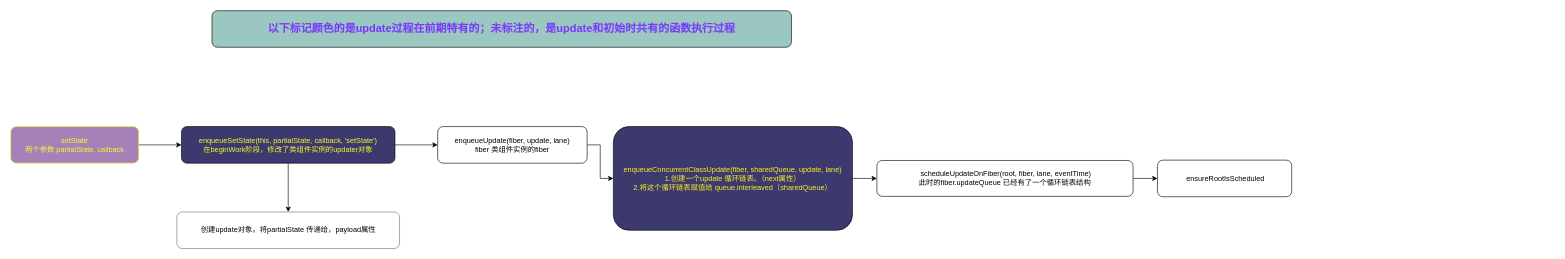
Earlier version of the draw.io diagram AboutInterview/react-setState/ReactDom.SetState.drawio (linround/gitBook). Source tidied: cells renumbered, new cells numbered last; positions are measured from the earlier drawing's top-left corner, leaving out a move shared by most shapes. Both pictures are drawn from the tidied source at 61%, with x=0, y=0 at pixel (10, 10).
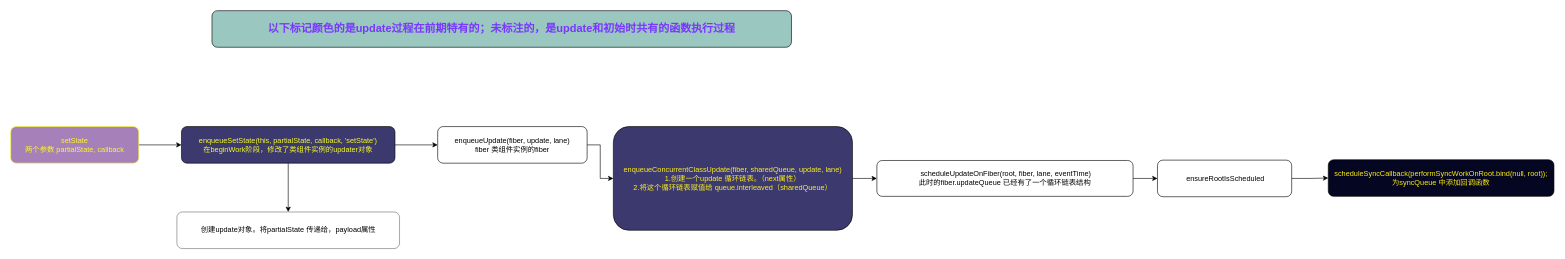
The same diagram, later.

Change to the diagram source:
```diff
@@
 <mxGraphModel>
   <root>
     <mxCell id="0" />
     <mxCell id="1" parent="0" />
     <mxCell id="2" style="edgeStyle=orthogonalEdgeStyle;rounded=0;jettySize=auto;html=1;" parent="1" edge="1" source="3" target="6">
       <mxGeometry relative="1" as="geometry" />
     </mxCell>
     <mxCell id="3" value="setState&lt;br&gt;两个参数&amp;nbsp;partialState, callback" style="rounded=1;whiteSpace=wrap;html=1;strokeColor=#FFFF1C;fillColor=#A680B8;fontColor=#FFF82B;" parent="1" vertex="1">
       <mxGeometry y="190" width="210" height="60" as="geometry" />
     </mxCell>
     <mxCell id="4" style="edgeStyle=orthogonalEdgeStyle;rounded=0;jettySize=auto;html=1;" parent="1" edge="1" source="6" target="7">
       <mxGeometry relative="1" as="geometry" />
     </mxCell>
     <mxCell id="5" style="edgeStyle=orthogonalEdgeStyle;rounded=0;jettySize=auto;html=1;" parent="1" edge="1" source="6" target="9">
       <mxGeometry relative="1" as="geometry" />
     </mxCell>
     <mxCell id="6" value="enqueueSetState(this, partialState, callback, 'setState')&lt;br&gt;在beginWork阶段，修改了类组件实例的updater对象" style="whiteSpace=wrap;html=1;rounded=1;fontColor=#F8FF26;strokeColor=#000000;fillColor=#3B396E;" parent="1" vertex="1">
       <mxGeometry x="280" y="190" width="350" height="60" as="geometry" />
     </mxCell>
     <mxCell id="7" value="创建update对象。将partialState 传递给，payload属性" style="whiteSpace=wrap;html=1;rounded=1;strokeColor=#6E6E6E;" parent="1" vertex="1">
       <mxGeometry x="272.5" y="330" width="365" height="60" as="geometry" />
     </mxCell>
     <mxCell id="8" style="edgeStyle=orthogonalEdgeStyle;rounded=0;jettySize=auto;html=1;" parent="1" edge="1" source="9" target="11">
       <mxGeometry relative="1" as="geometry" />
     </mxCell>
     <mxCell id="9" value="enqueueUpdate(fiber, update, lane)&lt;br&gt;fiber 类组件实例的fiber" style="whiteSpace=wrap;html=1;rounded=1;" parent="1" vertex="1">
       <mxGeometry x="700" y="190" width="245" height="60" as="geometry" />
     </mxCell>
     <mxCell id="10" style="edgeStyle=orthogonalEdgeStyle;rounded=0;jettySize=auto;html=1;exitX=1;exitY=0.5;exitDx=0;exitDy=0;" parent="1" edge="1" source="11" target="13">
       <mxGeometry relative="1" as="geometry" />
     </mxCell>
     <mxCell id="11" value="enqueueConcurrentClassUpdate(fiber, sharedQueue, update, lane)&lt;br&gt;1.创建一个update 循环链表。（next属性）&lt;br&gt;2.将这个循环链表赋值给&amp;nbsp;queue.interleaved（sharedQueue）" style="whiteSpace=wrap;html=1;rounded=1;strokeColor=#000000;fillColor=#3B396E;fontColor=#FFF021;" parent="1" vertex="1">
       <mxGeometry x="988" y="190" width="392" height="170" as="geometry" />
     </mxCell>
     <mxCell id="12" style="edgeStyle=orthogonalEdgeStyle;rounded=0;jettySize=auto;html=1;" parent="1" edge="1" source="13" target="14">
       <mxGeometry relative="1" as="geometry" />
     </mxCell>
     <mxCell id="13" value="&amp;nbsp;scheduleUpdateOnFiber(root, fiber, lane, eventTime)&lt;br&gt;此时的fiber.updateQueue 已经有了一个循环链表结构" style="whiteSpace=wrap;html=1;rounded=1;" parent="1" vertex="1">
       <mxGeometry x="1420" y="245.6" width="420" height="58.8" as="geometry" />
     </mxCell>
+    <mxCell id="16" style="edgeStyle=orthogonalEdgeStyle;rounded=0;jettySize=auto;html=1;" parent="1" edge="1" source="14" target="17">
+      <mxGeometry relative="1" as="geometry" />
+    </mxCell>
     <mxCell id="14" value="&amp;nbsp;ensureRootIsScheduled" style="whiteSpace=wrap;html=1;rounded=1;" parent="1" vertex="1">
       <mxGeometry x="1880" y="245" width="220" height="60" as="geometry" />
     </mxCell>
     <mxCell id="15" value="以下标记颜色的是update过程在前期特有的；未标注的，是update和初始时共有的函数执行过程" style="rounded=1;whiteSpace=wrap;html=1;fontColor=#7936FF;fillColor=#9AC7BF;fontSize=18;fontStyle=1;" parent="1" vertex="1">
       <mxGeometry x="330" width="950" height="60" as="geometry" />
     </mxCell>
+    <mxCell id="17" value="scheduleSyncCallback(performSyncWorkOnRoot.bind(null, root));&lt;br&gt;为syncQueue 中添加回调函数" style="whiteSpace=wrap;html=1;rounded=1;fillColor=#050621;fontColor=#FFEF12;" parent="1" vertex="1">
+      <mxGeometry x="2160" y="244.4" width="370" height="60" as="geometry" />
+    </mxCell>
   </root>
 </mxGraphModel>
```
